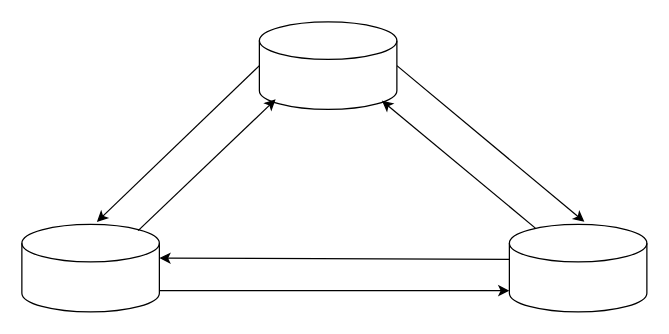
The draw.io diagram mariadb-mm.drawio in weichenjushi/images, before the edit. Source tidied: cells renumbered, new cells numbered last; positions are measured from the earlier drawing's top-left corner, leaving out a move shared by most shapes. Both pictures are drawn from the tidied source at 125%, with x=0, y=0 at pixel (21, 21).
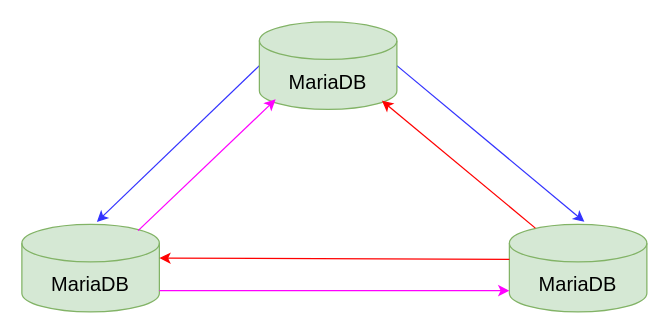
Above is the later version.

Change to the diagram source:
```diff
@@
 <mxGraphModel>
   <root>
     <mxCell id="0" />
     <mxCell id="1" parent="0" />
+    <mxCell id="11" style="group;" parent="1" vertex="1">
+      <mxGeometry width="500" height="232" as="geometry" />
+    </mxCell>
-    <mxCell id="2" style="shape=cylinder3;whiteSpace=wrap;html=1;boundedLbl=1;backgroundOutline=1;size=15;" parent="1" vertex="1">
+    <mxCell id="2" value="&lt;font style=&quot;font-size: 16px;&quot;&gt;MariaDB&lt;/font&gt;" style="shape=cylinder3;whiteSpace=wrap;html=1;boundedLbl=1;backgroundOutline=1;size=15;fillColor=#d5e8d4;strokeColor=#82b366;" parent="11" vertex="1">
       <mxGeometry x="390" y="162" width="110" height="70" as="geometry" />
     </mxCell>
-    <mxCell id="3" style="endArrow=classic;html=1;rounded=0;exitX=0;exitY=0.5;exitDx=0;exitDy=0;exitPerimeter=0;" parent="1" edge="1">
+    <mxCell id="3" style="endArrow=classic;html=1;rounded=0;exitX=0;exitY=0.5;exitDx=0;exitDy=0;exitPerimeter=0;strokeColor=#3333FF;" parent="11" edge="1">
       <mxGeometry relative="1" as="geometry">
         <mxPoint x="190" y="35" as="sourcePoint" />
         <mxPoint x="60" y="160" as="targetPoint" />
       </mxGeometry>
     </mxCell>
-    <mxCell id="4" style="endArrow=classic;html=1;rounded=0;exitX=1;exitY=0.5;exitDx=0;exitDy=0;exitPerimeter=0;" parent="1" edge="1">
+    <mxCell id="4" style="endArrow=classic;html=1;rounded=0;exitX=1;exitY=0.5;exitDx=0;exitDy=0;exitPerimeter=0;strokeColor=#3333FF;" parent="11" edge="1">
       <mxGeometry relative="1" as="geometry">
         <mxPoint x="300" y="35" as="sourcePoint" />
         <mxPoint x="450" y="160" as="targetPoint" />
       </mxGeometry>
     </mxCell>
-    <mxCell id="5" style="shape=cylinder3;whiteSpace=wrap;html=1;boundedLbl=1;backgroundOutline=1;size=15;" parent="1" vertex="1">
+    <mxCell id="5" value="&lt;font style=&quot;font-size: 16px;&quot;&gt;MariaDB&lt;/font&gt;" style="shape=cylinder3;whiteSpace=wrap;html=1;boundedLbl=1;backgroundOutline=1;size=15;fillColor=#d5e8d4;strokeColor=#82b366;" parent="11" vertex="1">
       <mxGeometry y="162" width="110" height="70" as="geometry" />
     </mxCell>
-    <mxCell id="6" style="shape=cylinder3;whiteSpace=wrap;html=1;boundedLbl=1;backgroundOutline=1;size=15;" parent="1" vertex="1">
+    <mxCell id="6" value="&lt;font style=&quot;font-size: 16px;&quot;&gt;MariaDB&lt;/font&gt;" style="shape=cylinder3;whiteSpace=wrap;html=1;boundedLbl=1;backgroundOutline=1;size=15;fillColor=#d5e8d4;strokeColor=#82b366;" parent="11" vertex="1">
       <mxGeometry x="190" width="110" height="70" as="geometry" />
     </mxCell>
-    <mxCell id="7" style="endArrow=classic;html=1;rounded=0;exitX=1;exitY=1;exitDx=0;exitDy=-15;exitPerimeter=0;entryX=0;entryY=1;entryDx=0;entryDy=-15;entryPerimeter=0;" parent="1" edge="1">
+    <mxCell id="7" style="endArrow=classic;html=1;rounded=0;exitX=1;exitY=1;exitDx=0;exitDy=-15;exitPerimeter=0;entryX=0;entryY=1;entryDx=0;entryDy=-15;entryPerimeter=0;strokeColor=#FF00FF;" parent="11" edge="1">
       <mxGeometry relative="1" as="geometry">
         <mxPoint x="110" y="215" as="sourcePoint" />
         <mxPoint x="390" y="215" as="targetPoint" />
       </mxGeometry>
     </mxCell>
-    <mxCell id="8" style="endArrow=classic;html=1;rounded=0;entryX=1;entryY=0.5;entryDx=0;entryDy=0;entryPerimeter=0;exitX=0;exitY=0.5;exitDx=0;exitDy=0;exitPerimeter=0;" parent="1" edge="1">
+    <mxCell id="8" style="endArrow=classic;html=1;rounded=0;entryX=1;entryY=0.5;entryDx=0;entryDy=0;entryPerimeter=0;exitX=0;exitY=0.5;exitDx=0;exitDy=0;exitPerimeter=0;strokeColor=#FF0000;" parent="11" edge="1">
       <mxGeometry relative="1" as="geometry">
         <mxPoint x="390" y="190" as="sourcePoint" />
         <mxPoint x="110" y="189" as="targetPoint" />
       </mxGeometry>
     </mxCell>
-    <mxCell id="9" style="endArrow=classic;html=1;rounded=0;entryX=0;entryY=1;entryDx=0;entryDy=-15;entryPerimeter=0;" parent="1" edge="1">
+    <mxCell id="9" style="endArrow=classic;html=1;rounded=0;entryX=0;entryY=1;entryDx=0;entryDy=-15;entryPerimeter=0;strokeColor=#FF00FF;" parent="11" edge="1">
       <mxGeometry relative="1" as="geometry">
         <mxPoint x="93" y="167" as="sourcePoint" />
         <mxPoint x="203" y="62" as="targetPoint" />
       </mxGeometry>
     </mxCell>
-    <mxCell id="10" style="endArrow=classic;html=1;rounded=0;" parent="1" edge="1">
+    <mxCell id="10" style="endArrow=classic;html=1;rounded=0;strokeColor=#FF0000;" parent="11" edge="1">
       <mxGeometry relative="1" as="geometry">
         <mxPoint x="410.8" y="165" as="sourcePoint" />
         <mxPoint x="288" y="63" as="targetPoint" />
       </mxGeometry>
     </mxCell>
   </root>
 </mxGraphModel>
```
